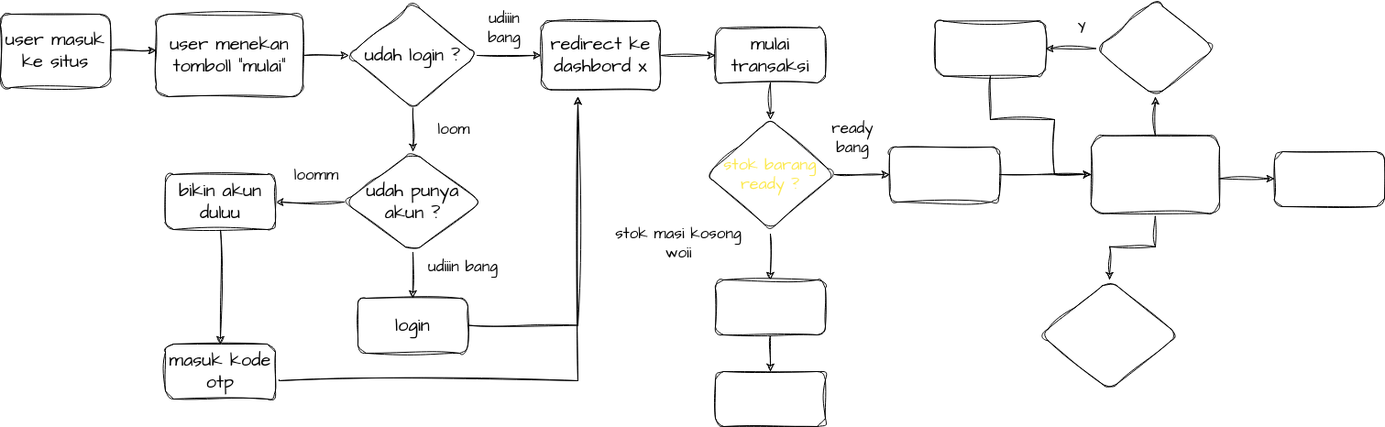
This is Untitled Diagram.drawio.png from Petrichor-Dev/mypos, a draw.io export, as it was before one commit. Source tidied: cells renumbered, new cells last; positions are measured from the earlier drawing's top-left corner, leaving out a move shared by most shapes.
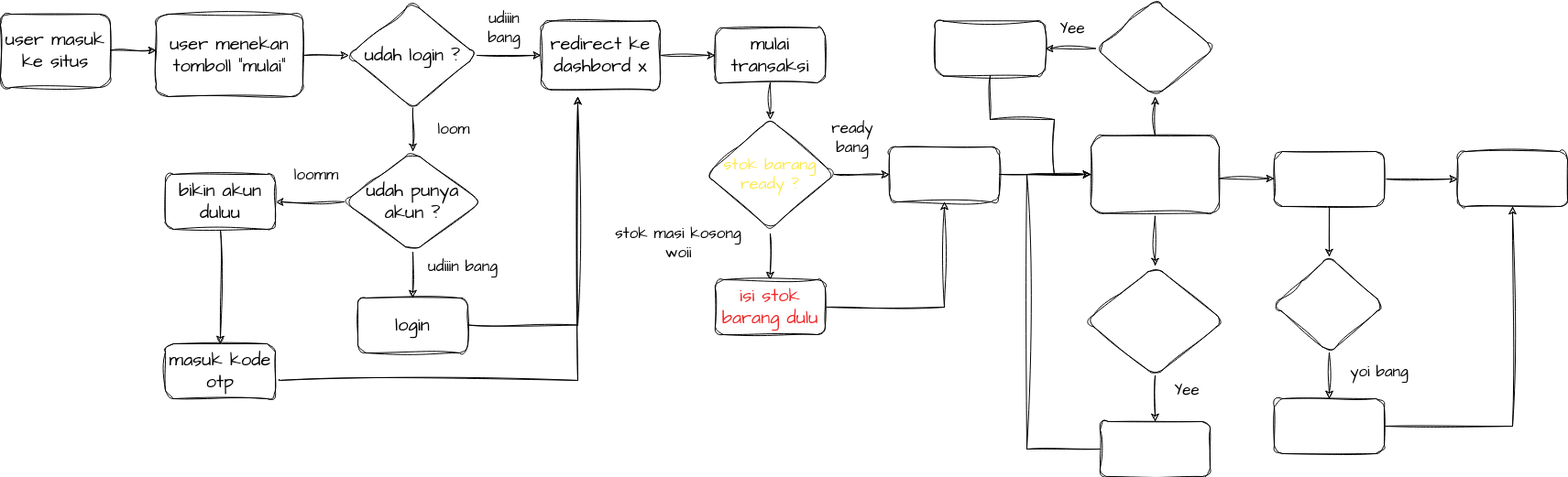
Later version of the same file.

The edit, as a diff of the source:
```diff
@@ -112,10 +112,10 @@
         <mxPoint x="840" y="325" as="sourcePoint" />
       </mxGeometry>
     </mxCell>
-    <mxCell id="33" style="edgeStyle=orthogonalEdgeStyle;rounded=0;sketch=1;hachureGap=4;jiggle=2;curveFitting=1;jettySize=auto;html=1;fontFamily=Architects Daughter;fontSource=https%3A%2F%2Ffonts.googleapis.com%2Fcss%3Ffamily%3DArchitects%2BDaughter;fontSize=18;fontColor=#ffffff;" parent="1" edge="1" source="34" target="37">
+    <mxCell id="33" style="edgeStyle=orthogonalEdgeStyle;rounded=0;sketch=1;hachureGap=4;jiggle=2;curveFitting=1;jettySize=auto;html=1;fontFamily=Architects Daughter;fontSource=https%3A%2F%2Ffonts.googleapis.com%2Fcss%3Ffamily%3DArchitects%2BDaughter;fontSize=18;fontColor=#ffffff;entryX=0.5;entryY=1;entryDx=0;entryDy=0;" parent="1" edge="1" source="34" target="31">
       <mxGeometry relative="1" as="geometry" />
     </mxCell>
-    <mxCell id="34" value="isi stok barang dulu" style="whiteSpace=wrap;html=1;fontSize=20;fontFamily=Architects Daughter;fontColor=#ffffff;rounded=1;sketch=1;curveFitting=1;jiggle=2;hachureGap=4;fontSource=https%3A%2F%2Ffonts.googleapis.com%2Fcss%3Ffamily%3DArchitects%2BDaughter;spacing=2;" parent="1" vertex="1">
+    <mxCell id="34" value="&lt;font color=&quot;#ef2929&quot;&gt;isi stok barang dulu&lt;/font&gt;" style="whiteSpace=wrap;html=1;fontSize=20;fontFamily=Architects Daughter;fontColor=#ffffff;rounded=1;sketch=1;curveFitting=1;jiggle=2;hachureGap=4;fontSource=https%3A%2F%2Ffonts.googleapis.com%2Fcss%3Ffamily%3DArchitects%2BDaughter;spacing=2;" parent="1" vertex="1">
       <mxGeometry x="780" y="375" width="120" height="60" as="geometry" />
     </mxCell>
     <mxCell id="35" value="ready bang" style="text;strokeColor=none;align=center;fillColor=none;html=1;verticalAlign=middle;whiteSpace=wrap;rounded=0;sketch=1;hachureGap=4;jiggle=2;curveFitting=1;fontFamily=Architects Daughter;fontSource=https%3A%2F%2Ffonts.googleapis.com%2Fcss%3Ffamily%3DArchitects%2BDaughter;fontSize=17;" parent="1" vertex="1">
@@ -124,9 +124,6 @@
     <mxCell id="36" value="stok masi kosong woii " style="text;strokeColor=none;align=center;fillColor=none;html=1;verticalAlign=middle;whiteSpace=wrap;rounded=0;sketch=1;hachureGap=4;jiggle=2;curveFitting=1;fontFamily=Architects Daughter;fontSource=https%3A%2F%2Ffonts.googleapis.com%2Fcss%3Ffamily%3DArchitects%2BDaughter;fontSize=17;" parent="1" vertex="1">
       <mxGeometry x="670" y="320" width="140" height="30" as="geometry" />
     </mxCell>
-    <mxCell id="37" style="whiteSpace=wrap;html=1;fontSize=20;fontFamily=Architects Daughter;fontColor=#ffffff;rounded=1;sketch=1;curveFitting=1;jiggle=2;hachureGap=4;fontSource=https%3A%2F%2Ffonts.googleapis.com%2Fcss%3Ffamily%3DArchitects%2BDaughter;spacing=2;" parent="1" vertex="1">
-      <mxGeometry x="780" y="475" width="120" height="60" as="geometry" />
-    </mxCell>
     <mxCell id="38" style="edgeStyle=orthogonalEdgeStyle;rounded=0;sketch=1;hachureGap=4;jiggle=2;curveFitting=1;jettySize=auto;html=1;fontFamily=Architects Daughter;fontSource=https%3A%2F%2Ffonts.googleapis.com%2Fcss%3Ffamily%3DArchitects%2BDaughter;fontSize=17;fontColor=#ffffff;" parent="1" edge="1" source="40" target="42">
       <mxGeometry relative="1" as="geometry" />
     </mxCell>
@@ -139,12 +136,21 @@
     <mxCell id="41" style="edgeStyle=orthogonalEdgeStyle;rounded=0;sketch=1;hachureGap=4;jiggle=2;curveFitting=1;jettySize=auto;html=1;fontFamily=Architects Daughter;fontSource=https%3A%2F%2Ffonts.googleapis.com%2Fcss%3Ffamily%3DArchitects%2BDaughter;fontSize=17;fontColor=#fce94f;" parent="1" edge="1" source="42" target="46">
       <mxGeometry relative="1" as="geometry" />
     </mxCell>
-    <mxCell id="42" value="&lt;div&gt;kasi &lt;br&gt;&lt;/div&gt;&lt;div&gt;diskon&lt;/div&gt;" style="rhombus;whiteSpace=wrap;html=1;fontSize=20;fontFamily=Architects Daughter;fontColor=#ffffff;rounded=1;sketch=1;curveFitting=1;jiggle=2;hachureGap=4;fontSource=https%3A%2F%2Ffonts.googleapis.com%2Fcss%3Ffamily%3DArchitects%2BDaughter;spacing=2;" parent="1" vertex="1">
+    <mxCell id="42" value="&lt;div&gt;kasi &lt;br&gt;&lt;/div&gt;&lt;div&gt;diskon ?&lt;br&gt;&lt;/div&gt;" style="rhombus;whiteSpace=wrap;html=1;fontSize=20;fontFamily=Architects Daughter;fontColor=#ffffff;rounded=1;sketch=1;curveFitting=1;jiggle=2;hachureGap=4;fontSource=https%3A%2F%2Ffonts.googleapis.com%2Fcss%3Ffamily%3DArchitects%2BDaughter;spacing=2;" parent="1" vertex="1">
       <mxGeometry x="1195" y="70" width="130" height="105" as="geometry" />
     </mxCell>
+    <mxCell id="49" style="edgeStyle=orthogonalEdgeStyle;rounded=0;sketch=1;hachureGap=4;jiggle=2;curveFitting=1;jettySize=auto;html=1;fontFamily=Architects Daughter;fontSource=https%3A%2F%2Ffonts.googleapis.com%2Fcss%3Ffamily%3DArchitects%2BDaughter;fontSize=17;fontColor=#ef2929;" parent="1" edge="1" source="43" target="54">
+      <mxGeometry relative="1" as="geometry" />
+    </mxCell>
-    <mxCell id="43" value="&lt;div style=&quot;font-size: 17px;&quot;&gt;&lt;font style=&quot;font-size: 17px;&quot;&gt;tambahkan &lt;br&gt;&lt;/font&gt;&lt;/div&gt;&lt;div style=&quot;font-size: 17px;&quot;&gt;&lt;font style=&quot;font-size: 17px;&quot;&gt;sebagai &lt;br&gt;&lt;/font&gt;&lt;/div&gt;&lt;div style=&quot;font-size: 17px;&quot;&gt;&lt;font style=&quot;font-size: 17px;&quot;&gt;member&lt;br&gt;&lt;/font&gt;&lt;/div&gt;" style="rhombus;whiteSpace=wrap;html=1;fontSize=20;fontFamily=Architects Daughter;fontColor=#ffffff;rounded=1;sketch=1;curveFitting=1;jiggle=2;hachureGap=4;fontSource=https%3A%2F%2Ffonts.googleapis.com%2Fcss%3Ffamily%3DArchitects%2BDaughter;spacing=2;" parent="1" vertex="1">
-      <mxGeometry x="1135" y="375" width="150" height="120" as="geometry" />
+    <mxCell id="43" value="&lt;div style=&quot;font-size: 17px;&quot;&gt;&lt;font style=&quot;font-size: 17px;&quot;&gt;tambahkan &lt;br&gt;&lt;/font&gt;&lt;/div&gt;&lt;div style=&quot;font-size: 17px;&quot;&gt;&lt;font style=&quot;font-size: 17px;&quot;&gt;sebagai &lt;br&gt;&lt;/font&gt;&lt;/div&gt;&lt;div style=&quot;font-size: 17px;&quot;&gt;&lt;font style=&quot;font-size: 17px;&quot;&gt;member &lt;/font&gt;?&lt;/div&gt;" style="rhombus;whiteSpace=wrap;html=1;fontSize=20;fontFamily=Architects Daughter;fontColor=#ffffff;rounded=1;sketch=1;curveFitting=1;jiggle=2;hachureGap=4;fontSource=https%3A%2F%2Ffonts.googleapis.com%2Fcss%3Ffamily%3DArchitects%2BDaughter;spacing=2;" parent="1" vertex="1">
+      <mxGeometry x="1185" y="360" width="150" height="120" as="geometry" />
     </mxCell>
+    <mxCell id="50" style="edgeStyle=orthogonalEdgeStyle;rounded=0;sketch=1;hachureGap=4;jiggle=2;curveFitting=1;jettySize=auto;html=1;fontFamily=Architects Daughter;fontSource=https%3A%2F%2Ffonts.googleapis.com%2Fcss%3Ffamily%3DArchitects%2BDaughter;fontSize=17;fontColor=#ef2929;" parent="1" edge="1" source="44" target="56">
+      <mxGeometry relative="1" as="geometry" />
+    </mxCell>
+    <mxCell id="51" style="edgeStyle=orthogonalEdgeStyle;rounded=0;sketch=1;hachureGap=4;jiggle=2;curveFitting=1;jettySize=auto;html=1;fontFamily=Architects Daughter;fontSource=https%3A%2F%2Ffonts.googleapis.com%2Fcss%3Ffamily%3DArchitects%2BDaughter;fontSize=17;fontColor=#ef2929;" parent="1" edge="1" source="44" target="59">
+      <mxGeometry relative="1" as="geometry" />
+    </mxCell>
     <mxCell id="44" value="pembayar" style="whiteSpace=wrap;html=1;fontSize=20;fontFamily=Architects Daughter;fontColor=#ffffff;rounded=1;sketch=1;curveFitting=1;jiggle=2;hachureGap=4;fontSource=https%3A%2F%2Ffonts.googleapis.com%2Fcss%3Ffamily%3DArchitects%2BDaughter;spacing=2;" parent="1" vertex="1">
       <mxGeometry x="1390" y="235" width="120" height="60" as="geometry" />
     </mxCell>
@@ -161,8 +167,8 @@
     <mxCell id="46" value="masukan diskon" style="rounded=1;whiteSpace=wrap;html=1;fontSize=20;fontFamily=Architects Daughter;fontColor=#ffffff;sketch=1;curveFitting=1;jiggle=2;hachureGap=4;fontSource=https%3A%2F%2Ffonts.googleapis.com%2Fcss%3Ffamily%3DArchitects%2BDaughter;spacing=2;" parent="1" vertex="1">
       <mxGeometry x="1020" y="92.5" width="120" height="60" as="geometry" />
     </mxCell>
-    <mxCell id="47" value="Y" style="text;strokeColor=none;align=center;fillColor=none;html=1;verticalAlign=middle;whiteSpace=wrap;rounded=0;sketch=1;hachureGap=4;jiggle=2;curveFitting=1;fontFamily=Architects Daughter;fontSource=https%3A%2F%2Ffonts.googleapis.com%2Fcss%3Ffamily%3DArchitects%2BDaughter;fontSize=17;" parent="1" vertex="1">
-      <mxGeometry x="1150" y="85" width="60" height="30" as="geometry" />
+    <mxCell id="47" value="Yee" style="text;strokeColor=none;align=center;fillColor=none;html=1;verticalAlign=middle;whiteSpace=wrap;rounded=0;sketch=1;hachureGap=4;jiggle=2;curveFitting=1;fontFamily=Architects Daughter;fontSource=https%3A%2F%2Ffonts.googleapis.com%2Fcss%3Ffamily%3DArchitects%2BDaughter;fontSize=17;" parent="1" vertex="1">
+      <mxGeometry x="1140" y="85" width="60" height="30" as="geometry" />
     </mxCell>
     <mxCell id="48" style="edgeStyle=orthogonalEdgeStyle;rounded=0;sketch=1;hachureGap=4;jiggle=2;curveFitting=1;orthogonalLoop=1;jettySize=auto;html=1;fontFamily=Architects Daughter;fontSource=https%3A%2F%2Ffonts.googleapis.com%2Fcss%3Ffamily%3DArchitects%2BDaughter;fontSize=17;fontColor=#fce94f;" parent="1" edge="1">
       <mxGeometry relative="1" as="geometry">
@@ -170,5 +176,38 @@
         <mxPoint x="1390" y="264.5" as="targetPoint" />
       </mxGeometry>
     </mxCell>
+    <mxCell id="52" value="Yee" style="text;strokeColor=none;align=center;fillColor=none;html=1;verticalAlign=middle;whiteSpace=wrap;rounded=0;sketch=1;hachureGap=4;jiggle=2;curveFitting=1;fontFamily=Architects Daughter;fontSource=https%3A%2F%2Ffonts.googleapis.com%2Fcss%3Ffamily%3DArchitects%2BDaughter;fontSize=17;" parent="1" vertex="1">
+      <mxGeometry x="1265" y="480" width="60" height="30" as="geometry" />
+    </mxCell>
+    <mxCell id="53" style="edgeStyle=orthogonalEdgeStyle;rounded=0;sketch=1;hachureGap=4;jiggle=2;curveFitting=1;jettySize=auto;html=1;fontFamily=Architects Daughter;fontSource=https%3A%2F%2Ffonts.googleapis.com%2Fcss%3Ffamily%3DArchitects%2BDaughter;fontSize=17;fontColor=#ef2929;" parent="1" edge="1" source="54">
+      <mxGeometry relative="1" as="geometry">
+        <mxPoint x="1190" y="260" as="targetPoint" />
+        <Array as="points">
+          <mxPoint x="1120" y="560" />
+          <mxPoint x="1120" y="260" />
+        </Array>
+      </mxGeometry>
+    </mxCell>
+    <mxCell id="54" value="tambah member" style="whiteSpace=wrap;html=1;fontSize=20;fontFamily=Architects Daughter;fontColor=#ffffff;rounded=1;sketch=1;curveFitting=1;jiggle=2;hachureGap=4;fontSource=https%3A%2F%2Ffonts.googleapis.com%2Fcss%3Ffamily%3DArchitects%2BDaughter;spacing=2;" parent="1" vertex="1">
+      <mxGeometry x="1200" y="530" width="120" height="60" as="geometry" />
+    </mxCell>
+    <mxCell id="55" style="edgeStyle=orthogonalEdgeStyle;rounded=0;sketch=1;hachureGap=4;jiggle=2;curveFitting=1;jettySize=auto;html=1;fontFamily=Architects Daughter;fontSource=https%3A%2F%2Ffonts.googleapis.com%2Fcss%3Ffamily%3DArchitects%2BDaughter;fontSize=17;fontColor=#ef2929;" parent="1" edge="1" source="56" target="58">
+      <mxGeometry relative="1" as="geometry" />
+    </mxCell>
+    <mxCell id="56" value="kasbon ? " style="rhombus;whiteSpace=wrap;html=1;fontSize=20;fontFamily=Architects Daughter;fontColor=#ffffff;rounded=1;sketch=1;curveFitting=1;jiggle=2;hachureGap=4;fontSource=https%3A%2F%2Ffonts.googleapis.com%2Fcss%3Ffamily%3DArchitects%2BDaughter;spacing=2;" parent="1" vertex="1">
+      <mxGeometry x="1390" y="350" width="120" height="105" as="geometry" />
+    </mxCell>
+    <mxCell id="57" style="edgeStyle=orthogonalEdgeStyle;rounded=0;sketch=1;hachureGap=4;jiggle=2;curveFitting=1;jettySize=auto;html=1;fontFamily=Architects Daughter;fontSource=https%3A%2F%2Ffonts.googleapis.com%2Fcss%3Ffamily%3DArchitects%2BDaughter;fontSize=17;fontColor=#ef2929;entryX=0.5;entryY=1;entryDx=0;entryDy=0;" parent="1" edge="1" source="58" target="59">
+      <mxGeometry relative="1" as="geometry" />
+    </mxCell>
+    <mxCell id="58" value="catat kasbon" style="whiteSpace=wrap;html=1;fontSize=20;fontFamily=Architects Daughter;fontColor=#ffffff;rounded=1;sketch=1;curveFitting=1;jiggle=2;hachureGap=4;fontSource=https%3A%2F%2Ffonts.googleapis.com%2Fcss%3Ffamily%3DArchitects%2BDaughter;spacing=2;" parent="1" vertex="1">
+      <mxGeometry x="1390" y="505" width="120" height="60" as="geometry" />
+    </mxCell>
+    <mxCell id="59" value="done..." style="whiteSpace=wrap;html=1;fontSize=20;fontFamily=Architects Daughter;fontColor=#ffffff;rounded=1;sketch=1;curveFitting=1;jiggle=2;hachureGap=4;fontSource=https%3A%2F%2Ffonts.googleapis.com%2Fcss%3Ffamily%3DArchitects%2BDaughter;spacing=2;" parent="1" vertex="1">
+      <mxGeometry x="1590" y="235" width="120" height="60" as="geometry" />
+    </mxCell>
+    <mxCell id="60" value="yoi bang" style="text;strokeColor=none;align=center;fillColor=none;html=1;verticalAlign=middle;whiteSpace=wrap;rounded=0;sketch=1;hachureGap=4;jiggle=2;curveFitting=1;fontFamily=Architects Daughter;fontSource=https%3A%2F%2Ffonts.googleapis.com%2Fcss%3Ffamily%3DArchitects%2BDaughter;fontSize=17;" parent="1" vertex="1">
+      <mxGeometry x="1460" y="460" width="90" height="30" as="geometry" />
+    </mxCell>
   </root>
 </mxGraphModel>
```
